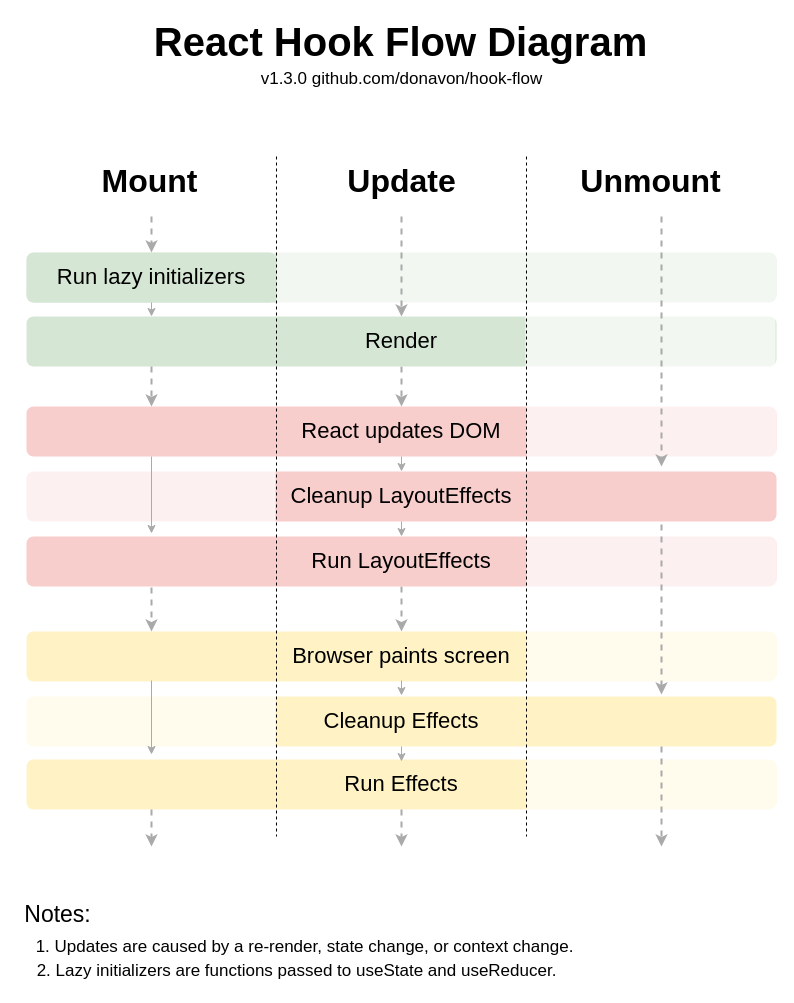
The draw.io diagram hook-flow.drawio in donavon/hook-flow, before the edit. Source tidied: cells renumbered, new cells numbered last; positions are measured from the earlier drawing's top-left corner, leaving out a move shared by most shapes. Both pictures are drawn from the tidied source at 100%, with x=0, y=0 at pixel (16, 26).
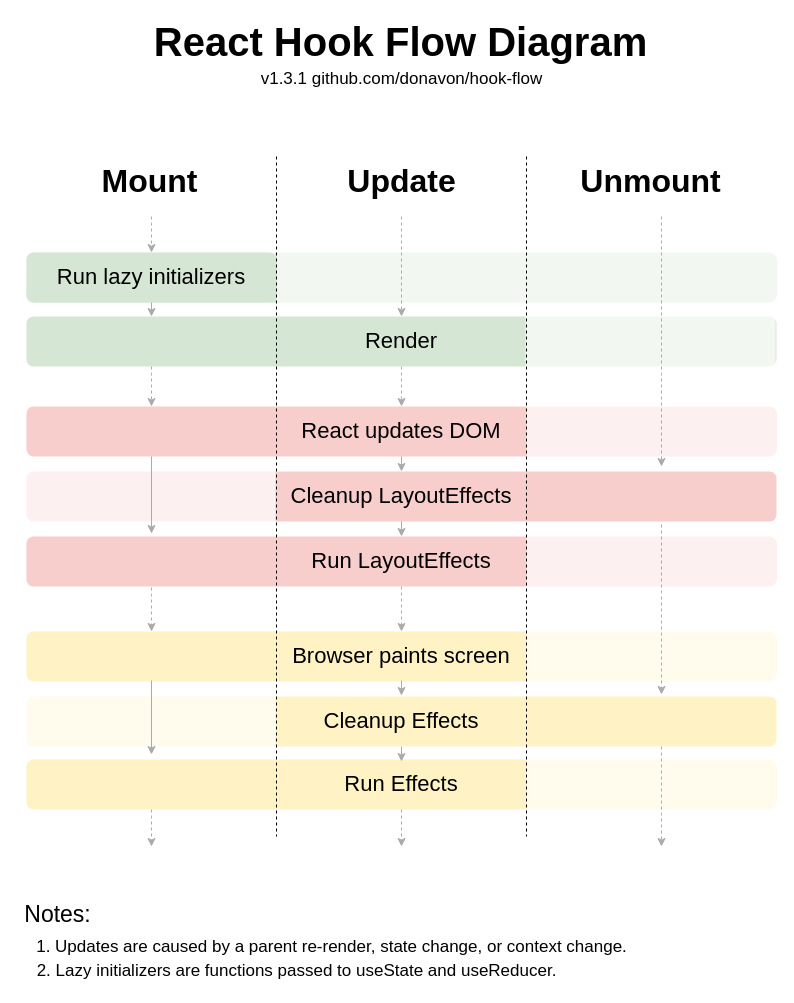
After the change.

Commit message (it also covers changes not shown here):
smaller arrow heads and parent re-render

Unchanged cells that the change refers to:
```xml
<mxCell id="5" value="&lt;font style=&quot;font-size: 22px&quot;&gt;Render&lt;/font&gt;" style="rounded=1;whiteSpace=wrap;html=1;absoluteArcSize=1;arcSize=14;strokeWidth=2;fontSize=17;fillColor=#d5e6d4;strokeColor=none;" parent="1" vertex="1">
  <mxGeometry x="10" y="290" width="750" height="50" as="geometry" />
</mxCell>
<mxCell id="11" value="&lt;font style=&quot;font-size: 22px&quot;&gt;React updates DOM&lt;/font&gt;" style="rounded=1;whiteSpace=wrap;html=1;absoluteArcSize=1;arcSize=14;strokeWidth=2;fontSize=17;fillColor=#f7cecc;strokeColor=none;" parent="1" vertex="1">
  <mxGeometry x="10" y="380" width="750" height="50" as="geometry" />
</mxCell>
<mxCell id="16" value="&lt;font style=&quot;font-size: 22px&quot;&gt;Run LayoutEffects&lt;/font&gt;" style="rounded=1;whiteSpace=wrap;html=1;absoluteArcSize=1;arcSize=14;strokeWidth=2;fontSize=17;fillColor=#f7cecc;strokeColor=none;" parent="1" vertex="1">
  <mxGeometry x="10" y="510" width="750" height="50" as="geometry" />
</mxCell>
<mxCell id="22" value="&lt;font style=&quot;font-size: 22px&quot;&gt;Browser paints screen&lt;/font&gt;" style="rounded=1;whiteSpace=wrap;html=1;absoluteArcSize=1;arcSize=14;strokeWidth=2;fontSize=17;fillColor=#fff2c5;strokeColor=none;" parent="1" vertex="1">
  <mxGeometry x="10" y="605" width="750" height="50" as="geometry" />
</mxCell>
```

What changed in the source:
```diff
@@
-    <mxCell id="4" style="edgeStyle=orthogonalEdgeStyle;rounded=0;jettySize=auto;html=1;exitX=0.5;exitY=1;exitDx=0;exitDy=0;entryX=0.5;entryY=0;entryDx=0;entryDy=0;fontSize=32;dashed=1;strokeWidth=2;strokeColor=#aaaaaa;" parent="1" edge="1" source="5" target="11">
+    <mxCell id="4" style="edgeStyle=orthogonalEdgeStyle;rounded=0;jettySize=auto;html=1;exitX=0.5;exitY=1;exitDx=0;exitDy=0;entryX=0.5;entryY=0;entryDx=0;entryDy=0;fontSize=32;dashed=1;strokeWidth=1;strokeColor=#aaaaaa;" parent="1" edge="1" source="5" target="11">
       <mxGeometry relative="1" as="geometry" />
     </mxCell>
@@
-    <mxCell id="6" value="v1.3.0 github.com/donavon/hook-flow&lt;br&gt;" style="text;html=1;align=center;verticalAlign=middle;fillColor=none;strokeColor=none;rounded=0;fontSize=17;" parent="1" vertex="1">
+    <mxCell id="6" value="v1.3.1 github.com/donavon/hook-flow&lt;br&gt;" style="text;html=1;align=center;verticalAlign=middle;fillColor=none;strokeColor=none;rounded=0;fontSize=17;" parent="1" vertex="1">
       <mxGeometry x="235" y="38" width="300" height="30" as="geometry" />
     </mxCell>
-    <mxCell id="7" value="&lt;div style=&quot;text-align: left&quot;&gt;&lt;span&gt;1. Updates are caused by a re-render, state change, or context change.&lt;/span&gt;&lt;/div&gt;" style="text;html=1;align=center;verticalAlign=middle;fillColor=none;strokeColor=none;rounded=0;fontSize=17;" parent="1" vertex="1">
-      <mxGeometry x="13" y="906" width="550" height="30" as="geometry" />
+    <mxCell id="7" value="&lt;div style=&quot;text-align: left&quot;&gt;&lt;span&gt;1. Updates are caused by a parent re-render, state change, or context change.&lt;/span&gt;&lt;/div&gt;" style="text;html=1;align=center;verticalAlign=middle;fillColor=none;strokeColor=none;rounded=0;fontSize=17;" parent="1" vertex="1">
+      <mxGeometry x="10" y="906" width="610" height="30" as="geometry" />
     </mxCell>
@@
-    <mxCell id="15" style="edgeStyle=orthogonalEdgeStyle;rounded=0;jettySize=auto;html=1;exitX=0.5;exitY=1;exitDx=0;exitDy=0;entryX=0.5;entryY=0;entryDx=0;entryDy=0;fontSize=32;dashed=1;strokeWidth=2;strokeColor=#aaaaaa;" parent="1" edge="1" source="16" target="22">
+    <mxCell id="15" style="edgeStyle=orthogonalEdgeStyle;rounded=0;jettySize=auto;html=1;exitX=0.5;exitY=1;exitDx=0;exitDy=0;entryX=0.5;entryY=0;entryDx=0;entryDy=0;fontSize=32;dashed=1;strokeWidth=1;strokeColor=#aaaaaa;" parent="1" edge="1" source="16" target="22">
       <mxGeometry relative="1" as="geometry" />
     </mxCell>
@@
-    <mxCell id="32" style="edgeStyle=orthogonalEdgeStyle;rounded=0;orthogonalLoop=1;jettySize=auto;html=1;exitX=0.5;exitY=1;exitDx=0;exitDy=0;entryX=0.5;entryY=0;entryDx=0;entryDy=0;fontSize=32;dashed=1;strokeWidth=2;strokeColor=#aaaaaa;" parent="1" edge="1">
+    <mxCell id="32" style="edgeStyle=orthogonalEdgeStyle;rounded=0;orthogonalLoop=1;jettySize=auto;html=1;exitX=0.5;exitY=1;exitDx=0;exitDy=0;entryX=0.5;entryY=0;entryDx=0;entryDy=0;fontSize=32;dashed=1;strokeWidth=1;strokeColor=#aaaaaa;" parent="1" edge="1">
       <mxGeometry relative="1" as="geometry">
         <mxPoint x="135" y="340" as="sourcePoint" />
         <mxPoint x="135" y="380" as="targetPoint" />
         <Array as="points">
           <mxPoint x="135" y="347" />
           <mxPoint x="135" y="347" />
         </Array>
       </mxGeometry>
     </mxCell>
-    <mxCell id="33" style="edgeStyle=orthogonalEdgeStyle;rounded=0;orthogonalLoop=1;jettySize=auto;html=1;exitX=0.5;exitY=1;exitDx=0;exitDy=0;entryX=0.5;entryY=0;entryDx=0;entryDy=0;fontSize=32;dashed=1;strokeWidth=2;strokeColor=#aaaaaa;" parent="1" edge="1">
+    <mxCell id="33" style="edgeStyle=orthogonalEdgeStyle;rounded=0;orthogonalLoop=1;jettySize=auto;html=1;exitX=0.5;exitY=1;exitDx=0;exitDy=0;entryX=0.5;entryY=0;entryDx=0;entryDy=0;fontSize=32;dashed=1;strokeWidth=1;strokeColor=#aaaaaa;" parent="1" edge="1">
       <mxGeometry relative="1" as="geometry">
         <mxPoint x="135" y="561" as="sourcePoint" />
         <mxPoint x="135" y="605" as="targetPoint" />
         <Array as="points">
           <mxPoint x="135" y="568" />
           <mxPoint x="135" y="568" />
         </Array>
       </mxGeometry>
     </mxCell>
-    <mxCell id="34" style="edgeStyle=orthogonalEdgeStyle;rounded=0;orthogonalLoop=1;jettySize=auto;html=1;exitX=0.5;exitY=1;exitDx=0;exitDy=0;entryX=0.5;entryY=0;entryDx=0;entryDy=0;fontSize=32;dashed=1;strokeWidth=2;strokeColor=#aaaaaa;" parent="1" edge="1">
+    <mxCell id="34" style="edgeStyle=orthogonalEdgeStyle;rounded=0;orthogonalLoop=1;jettySize=auto;html=1;exitX=0.5;exitY=1;exitDx=0;exitDy=0;entryX=0.5;entryY=0;entryDx=0;entryDy=0;fontSize=32;dashed=1;strokeWidth=1;strokeColor=#aaaaaa;" parent="1" edge="1">
       <mxGeometry relative="1" as="geometry">
         <mxPoint x="135" y="783" as="sourcePoint" />
         <mxPoint x="135" y="820" as="targetPoint" />
         <Array as="points">
           <mxPoint x="135" y="790" />
           <mxPoint x="135" y="790" />
         </Array>
       </mxGeometry>
     </mxCell>
-    <mxCell id="35" style="edgeStyle=orthogonalEdgeStyle;rounded=0;orthogonalLoop=1;jettySize=auto;html=1;fontSize=32;dashed=1;strokeWidth=2;strokeColor=#aaaaaa;" parent="1" edge="1">
+    <mxCell id="35" style="edgeStyle=orthogonalEdgeStyle;rounded=0;orthogonalLoop=1;jettySize=auto;html=1;fontSize=32;dashed=1;strokeWidth=1;strokeColor=#aaaaaa;" parent="1" edge="1">
       <mxGeometry relative="1" as="geometry">
         <mxPoint x="645" y="190" as="sourcePoint" />
         <mxPoint x="645" y="440" as="targetPoint" />
         <Array as="points">
           <mxPoint x="645" y="347" />
           <mxPoint x="645" y="347" />
         </Array>
       </mxGeometry>
     </mxCell>
-    <mxCell id="36" style="edgeStyle=orthogonalEdgeStyle;rounded=0;orthogonalLoop=1;jettySize=auto;html=1;entryX=0.5;entryY=0;entryDx=0;entryDy=0;fontSize=32;dashed=1;strokeWidth=2;strokeColor=#aaaaaa;" parent="1" edge="1">
+    <mxCell id="36" style="edgeStyle=orthogonalEdgeStyle;rounded=0;orthogonalLoop=1;jettySize=auto;html=1;entryX=0.5;entryY=0;entryDx=0;entryDy=0;fontSize=32;dashed=1;strokeWidth=1;strokeColor=#aaaaaa;" parent="1" edge="1">
       <mxGeometry relative="1" as="geometry">
         <mxPoint x="645" y="498" as="sourcePoint" />
         <mxPoint x="645" y="668" as="targetPoint" />
         <Array as="points">
           <mxPoint x="645" y="566" />
           <mxPoint x="645" y="566" />
         </Array>
       </mxGeometry>
     </mxCell>
-    <mxCell id="37" style="edgeStyle=orthogonalEdgeStyle;rounded=0;orthogonalLoop=1;jettySize=auto;html=1;exitX=0.5;exitY=1;exitDx=0;exitDy=0;entryX=0.5;entryY=0;entryDx=0;entryDy=0;fontSize=32;dashed=1;strokeWidth=2;strokeColor=#aaaaaa;" parent="1" edge="1">
+    <mxCell id="37" style="edgeStyle=orthogonalEdgeStyle;rounded=0;orthogonalLoop=1;jettySize=auto;html=1;exitX=0.5;exitY=1;exitDx=0;exitDy=0;entryX=0.5;entryY=0;entryDx=0;entryDy=0;fontSize=32;dashed=1;strokeWidth=1;strokeColor=#aaaaaa;" parent="1" edge="1">
       <mxGeometry relative="1" as="geometry">
         <mxPoint x="645" y="720" as="sourcePoint" />
         <mxPoint x="645" y="820" as="targetPoint" />
         <Array as="points">
           <mxPoint x="645" y="787" />
           <mxPoint x="645" y="787" />
         </Array>
       </mxGeometry>
     </mxCell>
-    <mxCell id="38" style="edgeStyle=orthogonalEdgeStyle;rounded=0;orthogonalLoop=1;jettySize=auto;html=1;exitX=0.5;exitY=1;exitDx=0;exitDy=0;entryX=0.5;entryY=0;entryDx=0;entryDy=0;fontSize=32;dashed=1;strokeWidth=2;strokeColor=#aaaaaa;" parent="1" edge="1">
+    <mxCell id="38" style="edgeStyle=orthogonalEdgeStyle;rounded=0;orthogonalLoop=1;jettySize=auto;html=1;exitX=0.5;exitY=1;exitDx=0;exitDy=0;entryX=0.5;entryY=0;entryDx=0;entryDy=0;fontSize=32;dashed=1;strokeWidth=1;strokeColor=#aaaaaa;" parent="1" edge="1">
       <mxGeometry relative="1" as="geometry">
         <mxPoint x="385" y="190" as="sourcePoint" />
         <mxPoint x="385" y="290" as="targetPoint" />
       </mxGeometry>
     </mxCell>
-    <mxCell id="39" style="edgeStyle=orthogonalEdgeStyle;rounded=0;orthogonalLoop=1;jettySize=auto;html=1;exitX=0.5;exitY=1;exitDx=0;exitDy=0;entryX=0.5;entryY=0;entryDx=0;entryDy=0;fontSize=32;dashed=1;strokeWidth=2;strokeColor=#aaaaaa;" parent="1" edge="1">
+    <mxCell id="39" style="edgeStyle=orthogonalEdgeStyle;rounded=0;orthogonalLoop=1;jettySize=auto;html=1;exitX=0.5;exitY=1;exitDx=0;exitDy=0;entryX=0.5;entryY=0;entryDx=0;entryDy=0;fontSize=32;dashed=1;strokeWidth=1;strokeColor=#aaaaaa;" parent="1" edge="1">
       <mxGeometry relative="1" as="geometry">
         <mxPoint x="135" y="190" as="sourcePoint" />
         <mxPoint x="135" y="226" as="targetPoint" />
         <Array as="points">
           <mxPoint x="135" y="197" />
           <mxPoint x="135" y="197" />
         </Array>
       </mxGeometry>
     </mxCell>
-    <mxCell id="40" style="edgeStyle=orthogonalEdgeStyle;rounded=0;orthogonalLoop=1;jettySize=auto;html=1;exitX=0.5;exitY=1;exitDx=0;exitDy=0;entryX=0.5;entryY=0;entryDx=0;entryDy=0;fontSize=32;dashed=1;strokeWidth=2;strokeColor=#aaaaaa;" parent="1" edge="1">
+    <mxCell id="40" style="edgeStyle=orthogonalEdgeStyle;rounded=0;orthogonalLoop=1;jettySize=auto;html=1;exitX=0.5;exitY=1;exitDx=0;exitDy=0;entryX=0.5;entryY=0;entryDx=0;entryDy=0;fontSize=32;dashed=1;strokeWidth=1;strokeColor=#aaaaaa;" parent="1" edge="1">
       <mxGeometry relative="1" as="geometry">
         <mxPoint x="385" y="783" as="sourcePoint" />
         <mxPoint x="385" y="820" as="targetPoint" />
       </mxGeometry>
     </mxCell>
```
